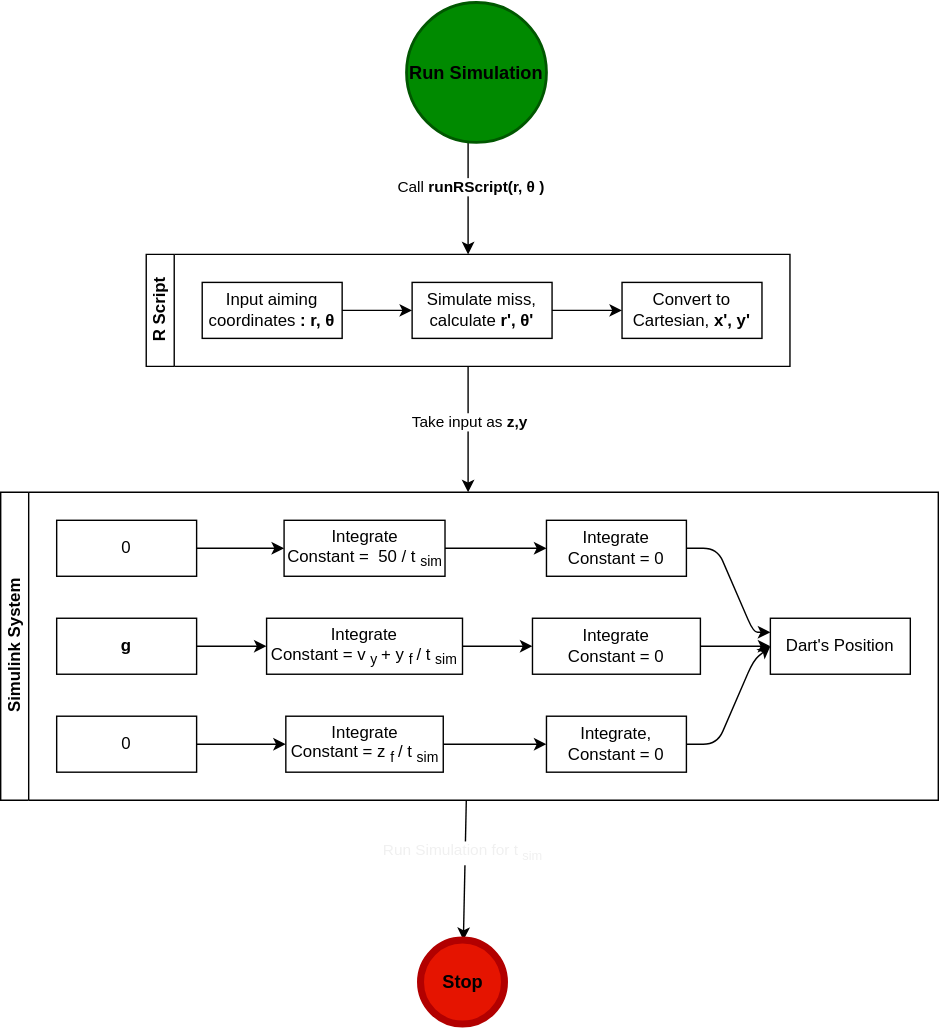
Before: img/projFlow.drawio.svg, a diagram exported from draw.io (ojaroker/Darts). Source tidied: cells renumbered, new cells last; positions are measured from the earlier drawing's top-left corner, leaving out a move shared by most shapes.
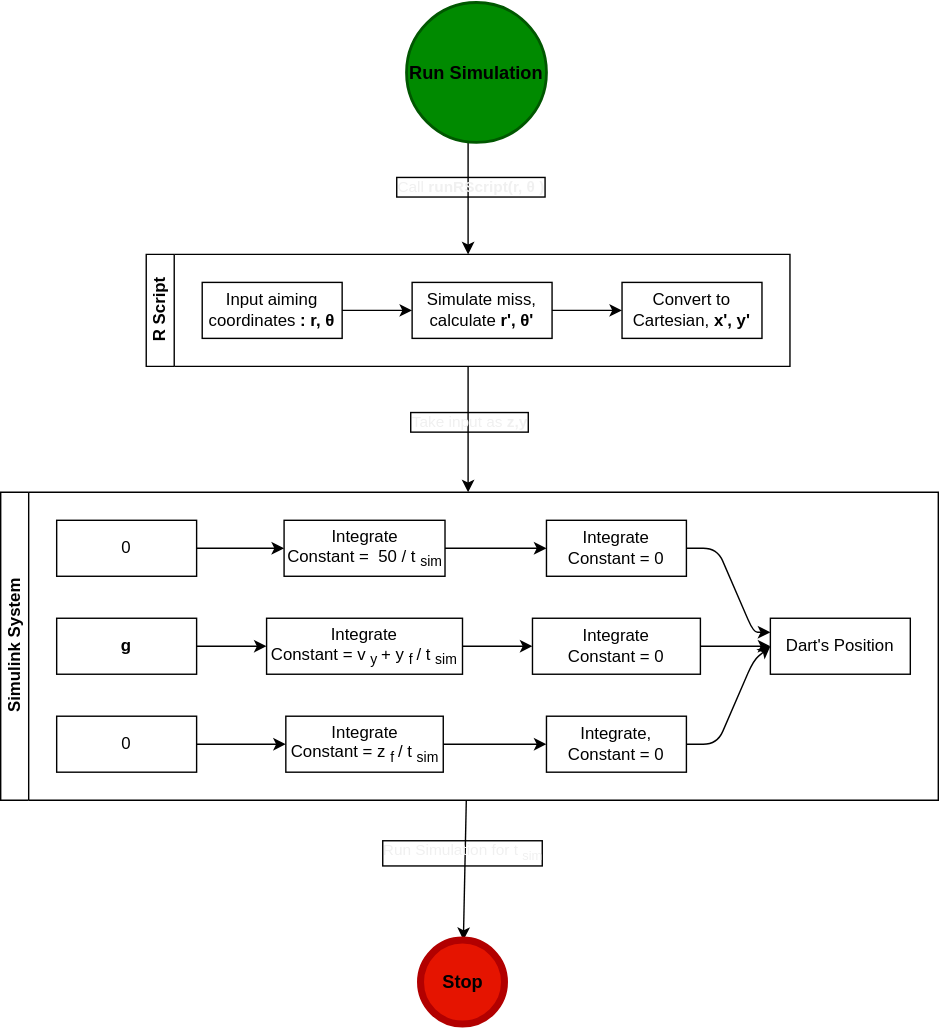
After the change.

Diff of the diagram source:
```diff
@@ -7,7 +7,7 @@
         <mxPoint x="334" y="100" as="sourcePoint" />
       </mxGeometry>
     </mxCell>
-    <mxCell id="3" value="Call &lt;b&gt;runRScript(r,&lt;/b&gt;&lt;span style=&quot;text-align: start;&quot;&gt;&lt;b&gt;θ&lt;/b&gt;&lt;/span&gt;&lt;b&gt;)&lt;/b&gt;" style="edgeLabel;html=1;align=center;verticalAlign=middle;" parent="2" vertex="1">
+    <mxCell id="3" value="Call &lt;b&gt;runRScript(r,&lt;/b&gt;&lt;span style=&quot;text-align: start;&quot;&gt;&lt;b&gt;θ&lt;/b&gt;&lt;/span&gt;&lt;b&gt;)&lt;/b&gt;" style="edgeLabel;html=1;align=center;verticalAlign=middle;fontColor=#F0F0F0;labelBackgroundColor=none;labelBorderColor=default;spacing=8;spacingLeft=0;" parent="2" vertex="1">
       <mxGeometry x="-0.22" y="1" relative="1" as="geometry" />
     </mxCell>
     <mxCell id="4" value="&lt;font size=&quot;1&quot; color=&quot;#000000&quot;&gt;&lt;b style=&quot;font-size: 13px;&quot;&gt;Run Simulation&lt;/b&gt;&lt;/font&gt;" style="strokeWidth=2;html=1;shape=mxgraph.flowchart.start_2;whiteSpace=wrap;fillColor=#008a00;fontColor=#ffffff;strokeColor=#005700;" parent="1" vertex="1">
@@ -18,7 +18,7 @@
         <mxPoint x="334" y="350" as="targetPoint" />
       </mxGeometry>
     </mxCell>
-    <mxCell id="6" value="Take input as &lt;b&gt;z,y&lt;/b&gt;" style="edgeLabel;html=1;align=center;verticalAlign=middle;" parent="5" vertex="1">
+    <mxCell id="6" value="Take input as &lt;b&gt;z,y&lt;/b&gt;" style="edgeLabel;html=1;align=center;verticalAlign=middle;fontColor=#F0F0F0;labelBackgroundColor=none;labelBorderColor=default;" parent="5" vertex="1">
       <mxGeometry x="0.27" relative="1" as="geometry">
         <mxPoint y="-18" as="offset" />
       </mxGeometry>
@@ -54,7 +54,7 @@
     <mxCell id="13" style="edgeStyle=none;html=1;fontSize=13;fontColor=#FFFFFF;" parent="1" edge="1" source="15" target="45">
       <mxGeometry relative="1" as="geometry" />
     </mxCell>
-    <mxCell id="14" value="Run Simulation for t&lt;sub&gt;sim&lt;/sub&gt;" style="edgeLabel;html=1;align=center;verticalAlign=middle;fontColor=#F0F0F0;" parent="13" vertex="1">
+    <mxCell id="14" value="Run Simulation for t&lt;sub&gt;sim&lt;/sub&gt;" style="edgeLabel;html=1;align=center;verticalAlign=middle;fontColor=#F0F0F0;labelBackgroundColor=none;labelBorderColor=default;" parent="13" vertex="1">
       <mxGeometry x="-0.24" y="-2" relative="1" as="geometry" />
     </mxCell>
     <mxCell id="15" value="Simulink System" style="swimlane;html=1;startSize=20;horizontal=0;flowOrientation=west;interRankCellSpacing=50;containerType=tree;fontSize=12;" parent="1" vertex="1">
```
